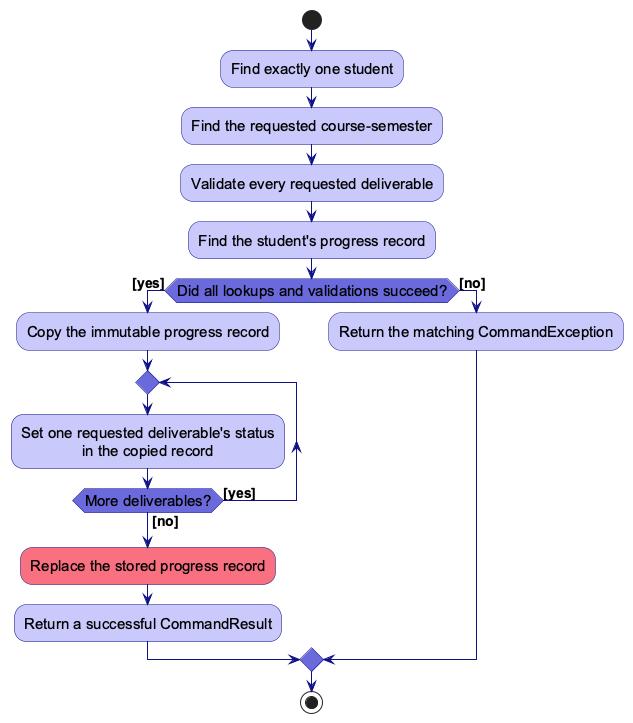
This is docs/images/UpdateProgressActivityDiagram.png from AY2627S1-CS2103-F11-1/tp, a PlantUML export, as it was before one commit. Its source is kept beside it as docs/diagrams/UpdateProgressActivityDiagram.puml.
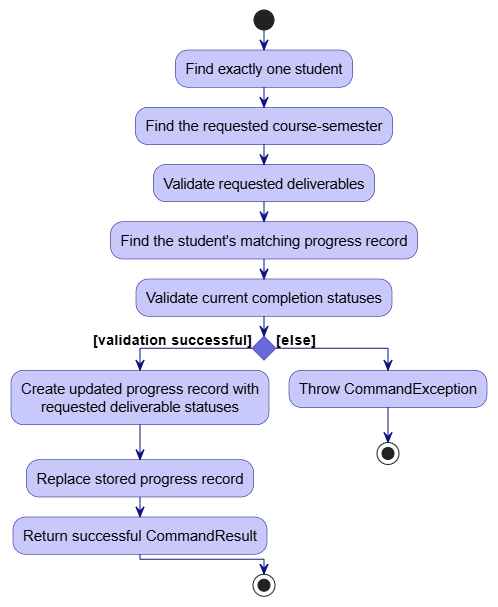
After the commit.

Commit message:
Fix update progress activity diagram

The edit, as a diff of the source:
```diff
@@ -1,5 +1,6 @@
 @startuml
 !include style.puml
+
 skinparam activity {
   BackgroundColor LOGIC_COLOR_T1
   BorderColor LOGIC_COLOR_T4
@@ -8,26 +9,27 @@
   FontName Arial
   FontSize 15
 }
+
 skinparam ArrowColor LOGIC_COLOR_T4
 skinparam ArrowFontName Arial
 skinparam ArrowFontSize 14
 
 start
+
 :Find exactly one student;
 :Find the requested course-semester;
-:Validate every requested deliverable;
-:Find the student's progress record;
+:Validate requested deliverables;
+:Find the student's matching progress record;
+:Validate current completion statuses;
 
-if (Did all lookups and validations succeed?) then ([yes])
-  :Copy the immutable progress record;
-  repeat
-    :Set one requested deliverable's status
-    in the copied record;
-  repeat while (More deliverables?) is ([yes]) not ([no])
-  MODEL_COLOR_T1:Replace the stored progress record;
-  :Return a successful CommandResult;
-else ([no])
-  :Return the matching CommandException;
+if () then ([validation successful])
+    :Create updated progress record with
+    requested deliverable statuses;
+    :Replace stored progress record;
+    :Return successful CommandResult;
+else ([else])
+    :Throw CommandException;
+    stop
 endif
 
 stop
```
